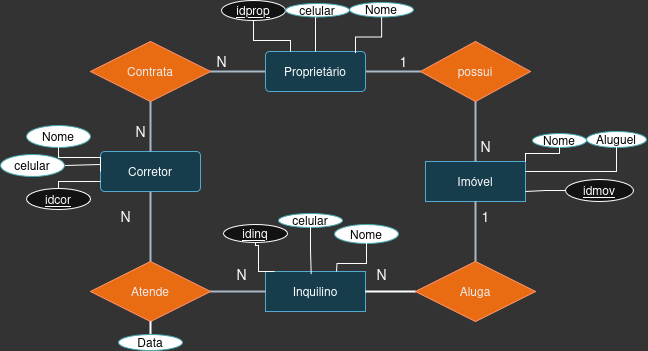
Jonas-SLara/Docker_Templates keeps this draw.io diagram as mongoDB_docker/modeloER_setorImobiliario.drawio.png. Above is the earlier version. Source tidied: cells renumbered, new cells last; positions are measured from the earlier drawing's top-left corner, leaving out a move shared by most shapes.
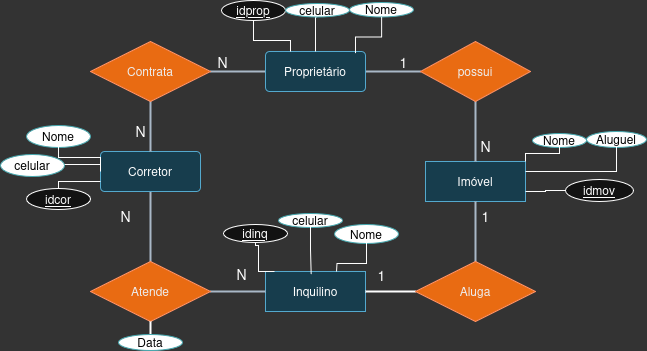
The same file after the commit.

Diff of the diagram source:
```diff
@@ -66,8 +66,8 @@
     <mxCell id="21" value="1" style="text;html=1;align=center;verticalAlign=middle;strokeColor=none;fillColor=none;fontSize=14;" parent="1" vertex="1">
       <mxGeometry x="470" y="201" width="30" height="30" as="geometry" />
     </mxCell>
-    <mxCell id="22" value="N" style="text;html=1;align=center;verticalAlign=middle;strokeColor=none;fillColor=none;fontSize=14;" parent="1" vertex="1">
-      <mxGeometry x="366" y="259" width="30" height="30" as="geometry" />
+    <mxCell id="22" value="1" style="text;html=1;align=center;verticalAlign=middle;strokeColor=none;fillColor=none;fontSize=14;" parent="1" vertex="1">
+      <mxGeometry x="368" y="260" width="26" height="29" as="geometry" />
     </mxCell>
     <mxCell id="23" value="N" style="text;html=1;align=center;verticalAlign=middle;strokeColor=none;fillColor=none;fontSize=14;" parent="1" vertex="1">
       <mxGeometry x="226" y="259" width="30" height="30" as="geometry" />
```
